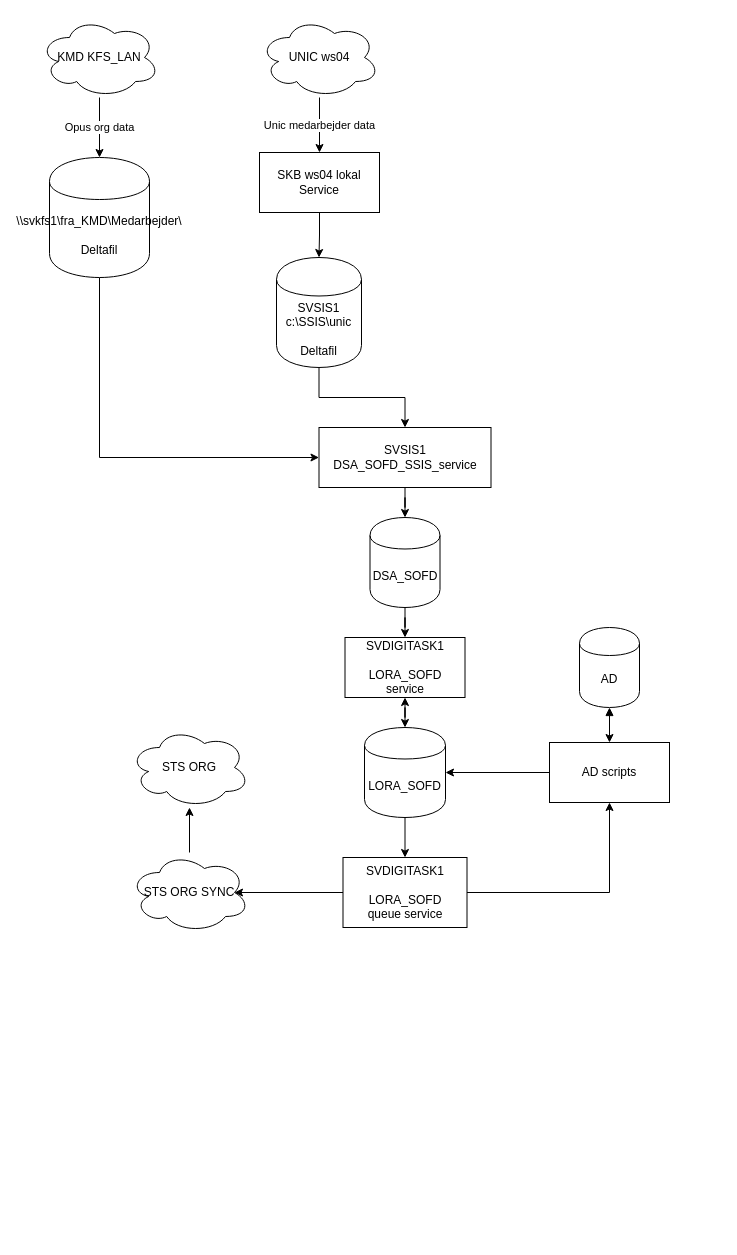
This is SOFD_full_flow.drawio from Skanderborg/SOFD, a draw.io file, before an edit. Source tidied: cells renumbered, new cells numbered last; positions are measured from the earlier drawing's top-left corner, leaving out a move shared by most shapes. Both pictures are drawn from the tidied source at 100%, with x=0, y=0 at pixel (39, 17).
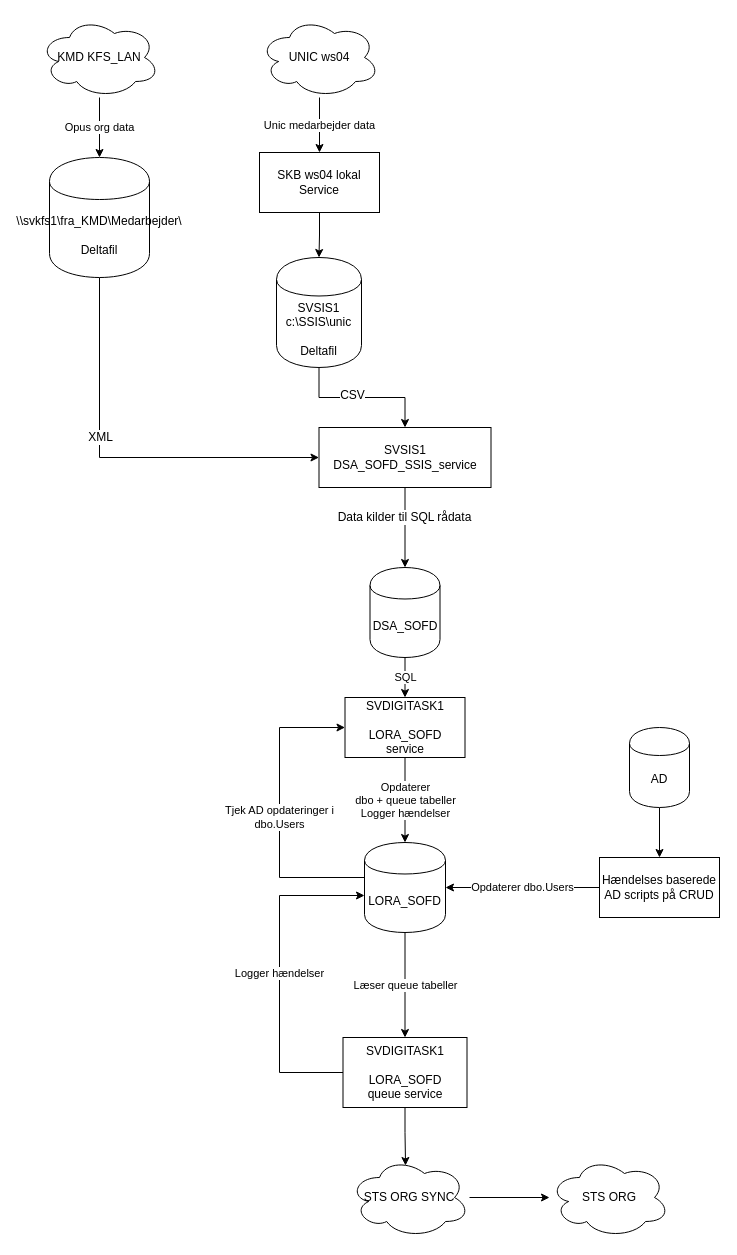
After the change.

Unchanged cells that the change refers to:
```xml
<mxCell id="4" style="edgeStyle=orthogonalEdgeStyle;rounded=0;jettySize=auto;html=1;entryX=0;entryY=0.5;entryDx=0;entryDy=0;" parent="1" edge="1" source="5" target="15">
  <mxGeometry relative="1" as="geometry">
    <Array as="points">
      <mxPoint x="60" y="440" />
    </Array>
  </mxGeometry>
</mxCell>
<mxCell id="12" style="edgeStyle=orthogonalEdgeStyle;rounded=0;jettySize=auto;html=1;entryX=0.5;entryY=0;entryDx=0;entryDy=0;" parent="1" edge="1" source="13" target="15">
  <mxGeometry relative="1" as="geometry" />
</mxCell>
<mxCell id="14" style="edgeStyle=orthogonalEdgeStyle;rounded=0;jettySize=auto;html=1;entryX=0.5;entryY=0;entryDx=0;entryDy=0;" parent="1" edge="1" source="15" target="3">
  <mxGeometry relative="1" as="geometry" />
</mxCell>
```

Change to the diagram source:
```diff
@@
-    <mxCell id="2" style="edgeStyle=orthogonalEdgeStyle;rounded=0;jettySize=auto;html=1;entryX=0.5;entryY=0;entryDx=0;entryDy=0;" parent="1" edge="1" source="3" target="17">
+    <mxCell id="2" value="SQL" style="edgeStyle=orthogonalEdgeStyle;rounded=0;jettySize=auto;html=1;entryX=0.5;entryY=0;entryDx=0;entryDy=0;" parent="1" edge="1" source="3" target="17">
       <mxGeometry relative="1" as="geometry" />
     </mxCell>
     <mxCell id="3" value="DSA_SOFD" style="shape=cylinder;whiteSpace=wrap;html=1;boundedLbl=1;backgroundOutline=1;" parent="1" vertex="1">
-      <mxGeometry x="330.5" y="500" width="70" height="90" as="geometry" />
+      <mxGeometry x="330.5" y="550" width="70" height="90" as="geometry" />
     </mxCell>
@@
+    <mxCell id="30" value="XML" style="text;html=1;align=center;verticalAlign=middle;labelBackgroundColor=#ffffff;" parent="4" vertex="1">
+      <mxGeometry x="-0.26" y="1" relative="1" as="geometry">
+        <mxPoint x="-1" y="11" as="offset" />
+      </mxGeometry>
+    </mxCell>
@@
+    <mxCell id="31" value="CSV" style="text;html=1;align=center;verticalAlign=middle;labelBackgroundColor=#ffffff;" parent="12" vertex="1">
+      <mxGeometry x="-0.14" y="3" relative="1" as="geometry" />
+    </mxCell>
@@
+    <mxCell id="32" value="Data kilder til SQL rådata" style="text;html=1;align=center;verticalAlign=middle;labelBackgroundColor=#ffffff;" parent="14" vertex="1">
+      <mxGeometry y="-11" relative="1" as="geometry">
+        <mxPoint x="10" y="-11" as="offset" />
+      </mxGeometry>
+    </mxCell>
@@
-    <mxCell id="16" style="edgeStyle=orthogonalEdgeStyle;rounded=0;jettySize=auto;html=1;startArrow=classic;startFill=1;" parent="1" edge="1" source="17" target="23">
+    <mxCell id="16" value="&lt;div&gt;Opdaterer&lt;/div&gt;&lt;div&gt;dbo + queue tabeller&lt;/div&gt;&lt;div&gt;Logger hændelser&lt;br&gt;&lt;/div&gt;" style="edgeStyle=orthogonalEdgeStyle;rounded=0;jettySize=auto;html=1;" parent="1" edge="1" source="17" target="23">
       <mxGeometry relative="1" as="geometry" />
     </mxCell>
     <mxCell id="17" value="&lt;div&gt;SVDIGITASK1 &lt;br&gt;&lt;/div&gt;&lt;div&gt;&lt;br&gt;&lt;/div&gt;&lt;div&gt;LORA_SOFD&lt;/div&gt;&lt;div&gt;service&lt;/div&gt;" style="rounded=0;whiteSpace=wrap;html=1;" parent="1" vertex="1">
-      <mxGeometry x="305.5" y="620" width="120" height="60" as="geometry" />
+      <mxGeometry x="305.5" y="680" width="120" height="60" as="geometry" />
     </mxCell>
-    <mxCell id="18" style="edgeStyle=orthogonalEdgeStyle;rounded=0;jettySize=auto;html=1;entryX=0.5;entryY=0;entryDx=0;entryDy=0;startArrow=block;startFill=1;" parent="1" edge="1" source="19" target="21">
+    <mxCell id="18" style="edgeStyle=orthogonalEdgeStyle;rounded=0;jettySize=auto;html=1;" parent="1" edge="1" source="19" target="21">
       <mxGeometry relative="1" as="geometry" />
     </mxCell>
     <mxCell id="19" value="AD" style="shape=cylinder;whiteSpace=wrap;html=1;boundedLbl=1;backgroundOutline=1;" parent="1" vertex="1">
-      <mxGeometry x="540" y="610" width="60" height="80" as="geometry" />
+      <mxGeometry x="590" y="710" width="60" height="80" as="geometry" />
     </mxCell>
-    <mxCell id="20" style="edgeStyle=orthogonalEdgeStyle;rounded=0;jettySize=auto;html=1;entryX=1;entryY=0.5;entryDx=0;entryDy=0;startArrow=none;startFill=0;" parent="1" edge="1" source="21" target="23">
+    <mxCell id="20" value="Opdaterer dbo.Users" style="edgeStyle=orthogonalEdgeStyle;rounded=0;jettySize=auto;html=1;entryX=1;entryY=0.5;entryDx=0;entryDy=0;startArrow=none;startFill=0;" parent="1" edge="1" source="21" target="23">
       <mxGeometry relative="1" as="geometry" />
     </mxCell>
-    <mxCell id="21" value="AD scripts" style="rounded=0;whiteSpace=wrap;html=1;" parent="1" vertex="1">
-      <mxGeometry x="510" y="725" width="120" height="60" as="geometry" />
+    <mxCell id="21" value="Hændelses baserede AD scripts på CRUD" style="rounded=0;whiteSpace=wrap;html=1;" parent="1" vertex="1">
+      <mxGeometry x="560" y="840" width="120" height="60" as="geometry" />
     </mxCell>
-    <mxCell id="22" style="edgeStyle=orthogonalEdgeStyle;rounded=0;jettySize=auto;html=1;startArrow=none;startFill=0;" parent="1" edge="1" source="23" target="28">
+    <mxCell id="22" value="Læser queue tabeller" style="edgeStyle=orthogonalEdgeStyle;rounded=0;jettySize=auto;html=1;startArrow=none;startFill=0;" parent="1" edge="1" source="23" target="28">
       <mxGeometry relative="1" as="geometry" />
     </mxCell>
+    <mxCell id="33" value="&lt;div&gt;Tjek AD opdateringer i &lt;br&gt;&lt;/div&gt;&lt;div&gt;dbo.Users&lt;br&gt;&lt;/div&gt;" style="edgeStyle=orthogonalEdgeStyle;rounded=0;jettySize=auto;html=1;entryX=0;entryY=0.5;entryDx=0;entryDy=0;exitX=0;exitY=0.5;exitDx=0;exitDy=0;" parent="1" edge="1" source="23" target="17">
+      <mxGeometry relative="1" as="geometry">
+        <Array as="points">
+          <mxPoint x="325" y="860" />
+          <mxPoint x="240" y="860" />
+          <mxPoint x="240" y="710" />
+        </Array>
+      </mxGeometry>
+    </mxCell>
     <mxCell id="23" value="LORA_SOFD" style="shape=cylinder;whiteSpace=wrap;html=1;boundedLbl=1;backgroundOutline=1;" parent="1" vertex="1">
-      <mxGeometry x="325" y="710" width="81" height="90" as="geometry" />
+      <mxGeometry x="325" y="825" width="81" height="90" as="geometry" />
     </mxCell>
@@
     <mxCell id="25" value="STS ORG SYNC" style="ellipse;shape=cloud;whiteSpace=wrap;html=1;" parent="1" vertex="1">
-      <mxGeometry x="90" y="835" width="120" height="80" as="geometry" />
+      <mxGeometry x="310" y="1140" width="120" height="80" as="geometry" />
     </mxCell>
-    <mxCell id="26" style="edgeStyle=orthogonalEdgeStyle;rounded=0;jettySize=auto;html=1;entryX=0.5;entryY=1;entryDx=0;entryDy=0;startArrow=none;startFill=0;" parent="1" edge="1" source="28" target="21">
-      <mxGeometry relative="1" as="geometry" />
-    </mxCell>
-    <mxCell id="27" style="edgeStyle=orthogonalEdgeStyle;rounded=0;jettySize=auto;html=1;entryX=0.875;entryY=0.5;entryDx=0;entryDy=0;entryPerimeter=0;startArrow=none;startFill=0;" parent="1" edge="1" source="28" target="25">
+    <mxCell id="27" style="edgeStyle=orthogonalEdgeStyle;rounded=0;jettySize=auto;html=1;entryX=0.467;entryY=0.1;entryDx=0;entryDy=0;entryPerimeter=0;startArrow=none;startFill=0;" parent="1" edge="1" source="28" target="25">
       <mxGeometry relative="1" as="geometry" />
     </mxCell>
+    <mxCell id="34" value="Logger hændelser" style="edgeStyle=orthogonalEdgeStyle;rounded=0;jettySize=auto;html=1;entryX=0;entryY=0.589;entryDx=0;entryDy=0;entryPerimeter=0;exitX=0;exitY=0.5;exitDx=0;exitDy=0;" parent="1" edge="1" source="28" target="23">
+      <mxGeometry relative="1" as="geometry">
+        <Array as="points">
+          <mxPoint x="240" y="1055" />
+          <mxPoint x="240" y="878" />
+        </Array>
+      </mxGeometry>
+    </mxCell>
     <mxCell id="28" value="&lt;div&gt;SVDIGITASK1&lt;br&gt;&lt;/div&gt;&lt;div&gt;&lt;br&gt;&lt;/div&gt;&lt;div&gt;LORA_SOFD&lt;/div&gt;&lt;div&gt;queue service&lt;/div&gt;" style="rounded=0;whiteSpace=wrap;html=1;" parent="1" vertex="1">
-      <mxGeometry x="303.5" y="840" width="124" height="70" as="geometry" />
+      <mxGeometry x="303.5" y="1020" width="124" height="70" as="geometry" />
     </mxCell>
     <mxCell id="29" value="STS ORG" style="ellipse;shape=cloud;whiteSpace=wrap;html=1;" parent="1" vertex="1">
-      <mxGeometry x="90" y="710" width="120" height="80" as="geometry" />
+      <mxGeometry x="510" y="1140" width="120" height="80" as="geometry" />
     </mxCell>
```
